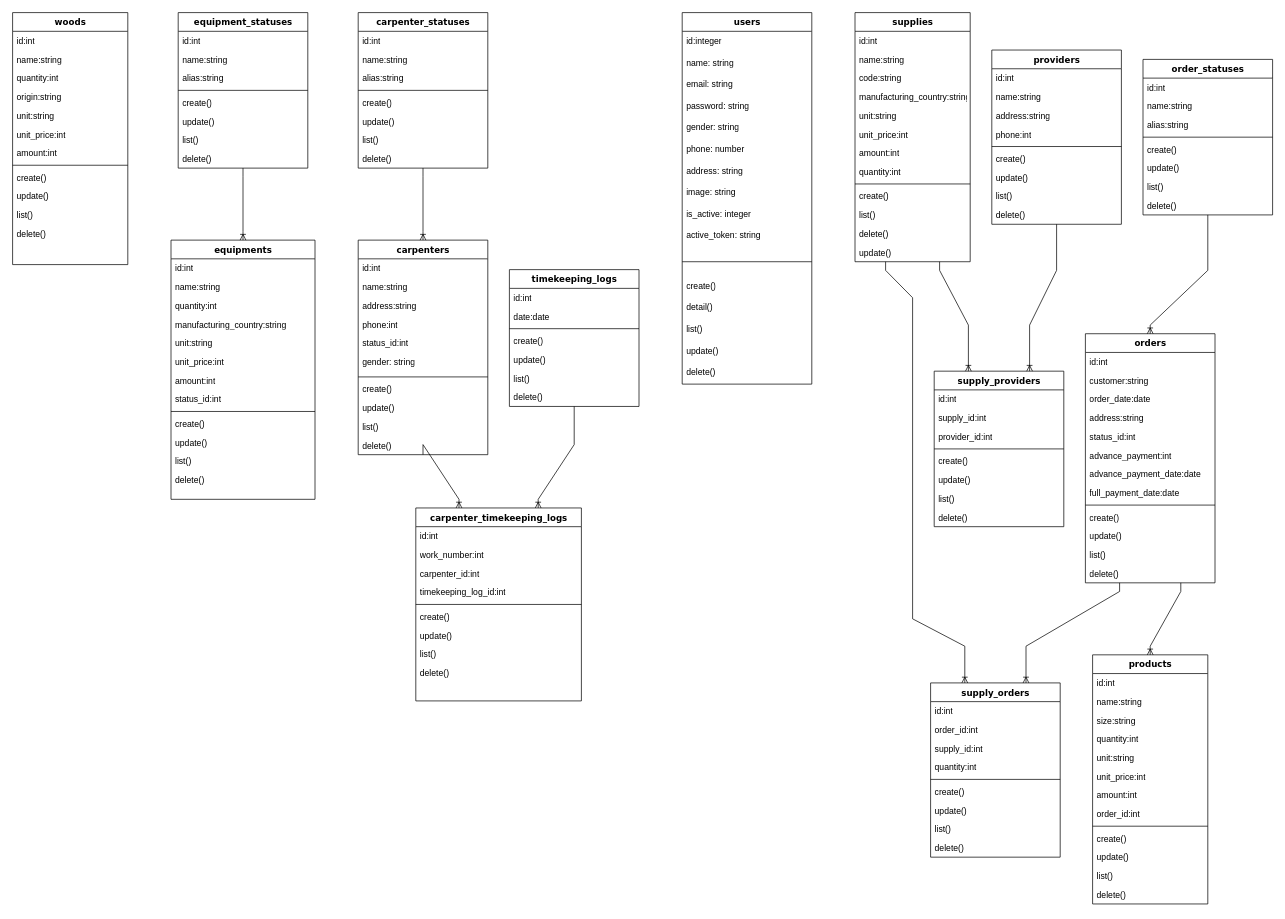
The draw.io diagram page "Trang-1" (1 of 2) of cwm-eer.drawio in vuminhhoa/Carpentry-Workshop-Management, before the edit. Source tidied: cells renumbered, new cells numbered last; positions are measured from the earlier drawing's top-left corner, leaving out a move shared by most shapes. Both pictures are drawn from the tidied source at 72%, with x=0, y=0 at pixel (12, 12).
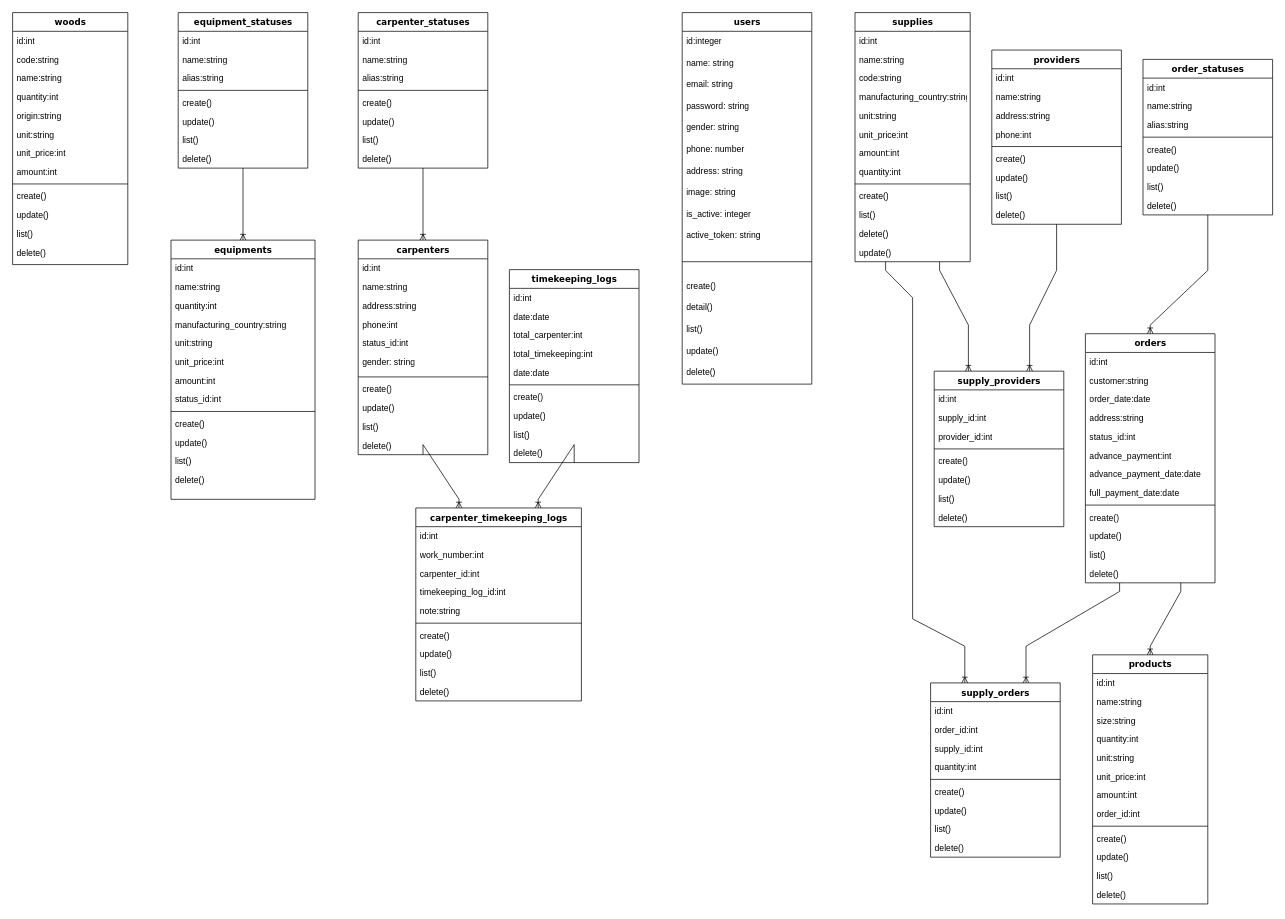
After the change.

Unchanged cells that the change refers to:
```xml
<mxCell id="30" value="woods" style="swimlane;html=1;fontStyle=1;align=center;verticalAlign=top;horizontal=1;startSize=26;swimlaneFillColor=#ffffff;rounded=0;shadow=0;comic=0;labelBackgroundColor=none;strokeWidth=1;fillColor=none;fontFamily=Verdana;fontSize=12;" parent="1" vertex="1">
  <mxGeometry width="160" height="350" as="geometry" />
</mxCell>
<mxCell id="72" value="carpenter_timekeeping_logs" style="swimlane;html=1;fontStyle=1;align=center;verticalAlign=top;horizontal=1;startSize=26;swimlaneFillColor=#ffffff;rounded=0;shadow=0;comic=0;labelBackgroundColor=none;strokeWidth=1;fillColor=none;fontFamily=Verdana;fontSize=12;" parent="1" vertex="1">
  <mxGeometry x="560" y="688" width="230" height="268" as="geometry" />
</mxCell>
```

What changed in the source:
```diff
@@
+    <mxCell id="184" value="code:string" style="text;html=1;strokeColor=none;fillColor=none;align=left;verticalAlign=top;spacingLeft=4;spacingRight=4;whiteSpace=wrap;overflow=hidden;" parent="30" vertex="1">
+      <mxGeometry y="52" width="160" height="26" as="geometry" />
+    </mxCell>
     <mxCell id="32" value="name:string" style="text;html=1;strokeColor=none;fillColor=none;align=left;verticalAlign=top;spacingLeft=4;spacingRight=4;whiteSpace=wrap;overflow=hidden;" parent="30" vertex="1">
-      <mxGeometry y="52" width="160" height="26" as="geometry" />
+      <mxGeometry y="78" width="160" height="26" as="geometry" />
     </mxCell>
     <mxCell id="33" value="quantity:int" style="text;html=1;strokeColor=none;fillColor=none;align=left;verticalAlign=top;spacingLeft=4;spacingRight=4;whiteSpace=wrap;overflow=hidden;" parent="30" vertex="1">
-      <mxGeometry y="78" width="160" height="26" as="geometry" />
+      <mxGeometry y="104" width="160" height="26" as="geometry" />
     </mxCell>
     <mxCell id="34" value="origin:string" style="text;html=1;strokeColor=none;fillColor=none;align=left;verticalAlign=top;spacingLeft=4;spacingRight=4;whiteSpace=wrap;overflow=hidden;" parent="30" vertex="1">
-      <mxGeometry y="104" width="160" height="26" as="geometry" />
+      <mxGeometry y="130" width="160" height="26" as="geometry" />
     </mxCell>
     <mxCell id="35" value="unit:string" style="text;html=1;strokeColor=none;fillColor=none;align=left;verticalAlign=top;spacingLeft=4;spacingRight=4;whiteSpace=wrap;overflow=hidden;" parent="30" vertex="1">
-      <mxGeometry y="130" width="160" height="26" as="geometry" />
+      <mxGeometry y="156" width="160" height="26" as="geometry" />
     </mxCell>
     <mxCell id="36" value="unit_price:int" style="text;html=1;strokeColor=none;fillColor=none;align=left;verticalAlign=top;spacingLeft=4;spacingRight=4;whiteSpace=wrap;overflow=hidden;" parent="30" vertex="1">
-      <mxGeometry y="156" width="160" height="26" as="geometry" />
+      <mxGeometry y="182" width="160" height="26" as="geometry" />
     </mxCell>
     <mxCell id="37" value="amount:int" style="text;html=1;strokeColor=none;fillColor=none;align=left;verticalAlign=top;spacingLeft=4;spacingRight=4;whiteSpace=wrap;overflow=hidden;" parent="30" vertex="1">
-      <mxGeometry y="182" width="160" height="26" as="geometry" />
+      <mxGeometry y="208" width="160" height="26" as="geometry" />
     </mxCell>
     <mxCell id="38" style="line;html=1;strokeWidth=1;fillColor=none;align=left;verticalAlign=middle;spacingTop=-1;spacingLeft=3;spacingRight=3;labelPosition=right;" parent="30" vertex="1">
-      <mxGeometry y="208" width="160" height="8" as="geometry" />
+      <mxGeometry y="234" width="160" height="8" as="geometry" />
     </mxCell>
     <mxCell id="39" value="create()" style="text;html=1;strokeColor=none;fillColor=none;align=left;verticalAlign=top;spacingLeft=4;spacingRight=4;whiteSpace=wrap;overflow=hidden;" parent="30" vertex="1">
-      <mxGeometry y="216" width="160" height="26" as="geometry" />
+      <mxGeometry y="242" width="160" height="26" as="geometry" />
     </mxCell>
     <mxCell id="40" value="update()" style="text;html=1;strokeColor=none;fillColor=none;align=left;verticalAlign=top;spacingLeft=4;spacingRight=4;whiteSpace=wrap;overflow=hidden;" parent="30" vertex="1">
-      <mxGeometry y="242" width="160" height="26" as="geometry" />
+      <mxGeometry y="268" width="160" height="26" as="geometry" />
     </mxCell>
     <mxCell id="41" value="list()" style="text;html=1;strokeColor=none;fillColor=none;align=left;verticalAlign=top;spacingLeft=4;spacingRight=4;whiteSpace=wrap;overflow=hidden;" parent="30" vertex="1">
-      <mxGeometry y="268" width="160" height="26" as="geometry" />
+      <mxGeometry y="294" width="160" height="26" as="geometry" />
     </mxCell>
     <mxCell id="42" value="delete()" style="text;html=1;strokeColor=none;fillColor=none;align=left;verticalAlign=top;spacingLeft=4;spacingRight=4;whiteSpace=wrap;overflow=hidden;" parent="30" vertex="1">
-      <mxGeometry y="294" width="160" height="26" as="geometry" />
+      <mxGeometry y="320" width="160" height="26" as="geometry" />
     </mxCell>
@@
+    <mxCell id="185" value="note:string" style="text;html=1;strokeColor=none;fillColor=none;align=left;verticalAlign=top;spacingLeft=4;spacingRight=4;whiteSpace=wrap;overflow=hidden;" parent="72" vertex="1">
+      <mxGeometry y="130" width="230" height="26" as="geometry" />
+    </mxCell>
     <mxCell id="77" style="line;html=1;strokeWidth=1;fillColor=none;align=left;verticalAlign=middle;spacingTop=-1;spacingLeft=3;spacingRight=3;labelPosition=right;" parent="72" vertex="1">
-      <mxGeometry y="130" width="230" height="8" as="geometry" />
+      <mxGeometry y="156" width="230" height="8" as="geometry" />
     </mxCell>
     <mxCell id="78" value="create()" style="text;html=1;strokeColor=none;fillColor=none;align=left;verticalAlign=top;spacingLeft=4;spacingRight=4;whiteSpace=wrap;overflow=hidden;" parent="72" vertex="1">
-      <mxGeometry y="138" width="230" height="26" as="geometry" />
+      <mxGeometry y="164" width="230" height="26" as="geometry" />
     </mxCell>
     <mxCell id="79" value="update()" style="text;html=1;strokeColor=none;fillColor=none;align=left;verticalAlign=top;spacingLeft=4;spacingRight=4;whiteSpace=wrap;overflow=hidden;" parent="72" vertex="1">
-      <mxGeometry y="164" width="230" height="26" as="geometry" />
+      <mxGeometry y="190" width="230" height="26" as="geometry" />
     </mxCell>
     <mxCell id="80" value="list()" style="text;html=1;strokeColor=none;fillColor=none;align=left;verticalAlign=top;spacingLeft=4;spacingRight=4;whiteSpace=wrap;overflow=hidden;" parent="72" vertex="1">
-      <mxGeometry y="190" width="230" height="26" as="geometry" />
+      <mxGeometry y="216" width="230" height="26" as="geometry" />
     </mxCell>
     <mxCell id="81" value="delete()" style="text;html=1;strokeColor=none;fillColor=none;align=left;verticalAlign=top;spacingLeft=4;spacingRight=4;whiteSpace=wrap;overflow=hidden;" parent="72" vertex="1">
-      <mxGeometry y="216" width="230" height="26" as="geometry" />
+      <mxGeometry y="242" width="230" height="26" as="geometry" />
     </mxCell>
@@
     <mxCell id="94" value="timekeeping_logs" style="swimlane;html=1;fontStyle=1;align=center;verticalAlign=top;horizontal=1;startSize=26;swimlaneFillColor=#ffffff;rounded=0;shadow=0;comic=0;labelBackgroundColor=none;strokeWidth=1;fillColor=none;fontFamily=Verdana;fontSize=12;" parent="1" vertex="1">
-      <mxGeometry x="690" y="357" width="180" height="190" as="geometry" />
+      <mxGeometry x="690" y="357" width="180" height="268" as="geometry" />
     </mxCell>
@@
+    <mxCell id="186" value="total_carpenter:int" style="text;html=1;strokeColor=none;fillColor=none;align=left;verticalAlign=top;spacingLeft=4;spacingRight=4;whiteSpace=wrap;overflow=hidden;" parent="94" vertex="1">
+      <mxGeometry y="78" width="180" height="26" as="geometry" />
+    </mxCell>
+    <mxCell id="187" value="total_timekeeping:int" style="text;html=1;strokeColor=none;fillColor=none;align=left;verticalAlign=top;spacingLeft=4;spacingRight=4;whiteSpace=wrap;overflow=hidden;" parent="94" vertex="1">
+      <mxGeometry y="104" width="180" height="26" as="geometry" />
+    </mxCell>
+    <mxCell id="188" value="date:date" style="text;html=1;strokeColor=none;fillColor=none;align=left;verticalAlign=top;spacingLeft=4;spacingRight=4;whiteSpace=wrap;overflow=hidden;" parent="94" vertex="1">
+      <mxGeometry y="130" width="180" height="26" as="geometry" />
+    </mxCell>
     <mxCell id="97" style="line;html=1;strokeWidth=1;fillColor=none;align=left;verticalAlign=middle;spacingTop=-1;spacingLeft=3;spacingRight=3;labelPosition=right;" parent="94" vertex="1">
-      <mxGeometry y="78" width="180" height="8" as="geometry" />
+      <mxGeometry y="156" width="180" height="8" as="geometry" />
     </mxCell>
     <mxCell id="98" value="create()" style="text;html=1;strokeColor=none;fillColor=none;align=left;verticalAlign=top;spacingLeft=4;spacingRight=4;whiteSpace=wrap;overflow=hidden;" parent="94" vertex="1">
-      <mxGeometry y="86" width="180" height="26" as="geometry" />
+      <mxGeometry y="164" width="180" height="26" as="geometry" />
     </mxCell>
     <mxCell id="99" value="update()" style="text;html=1;strokeColor=none;fillColor=none;align=left;verticalAlign=top;spacingLeft=4;spacingRight=4;whiteSpace=wrap;overflow=hidden;" parent="94" vertex="1">
-      <mxGeometry y="112" width="180" height="26" as="geometry" />
+      <mxGeometry y="190" width="180" height="26" as="geometry" />
     </mxCell>
     <mxCell id="100" value="list()" style="text;html=1;strokeColor=none;fillColor=none;align=left;verticalAlign=top;spacingLeft=4;spacingRight=4;whiteSpace=wrap;overflow=hidden;" parent="94" vertex="1">
-      <mxGeometry y="138" width="180" height="26" as="geometry" />
+      <mxGeometry y="216" width="180" height="26" as="geometry" />
     </mxCell>
     <mxCell id="101" value="delete()" style="text;html=1;strokeColor=none;fillColor=none;align=left;verticalAlign=top;spacingLeft=4;spacingRight=4;whiteSpace=wrap;overflow=hidden;" parent="94" vertex="1">
-      <mxGeometry y="164" width="180" height="26" as="geometry" />
+      <mxGeometry y="242" width="180" height="26" as="geometry" />
     </mxCell>
```
